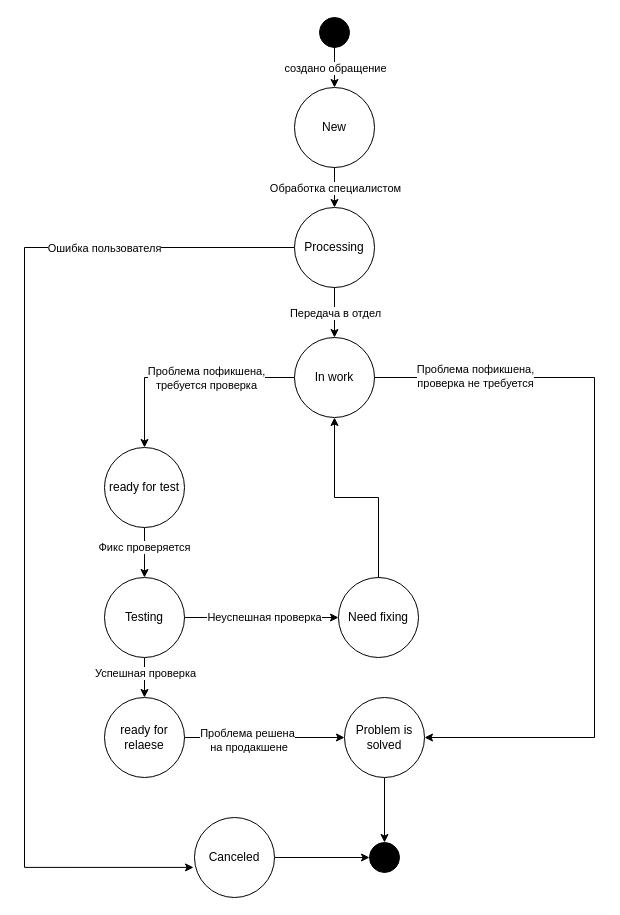
This is Диаграмма без названия.drawio from MIRTY86/Test, a draw.io file, before an edit. Source tidied: cells renumbered, new cells numbered last; positions are measured from the earlier drawing's top-left corner, leaving out a move shared by most shapes. Both pictures are drawn from the tidied source at 100%, with x=0, y=0 at pixel (24, 17).
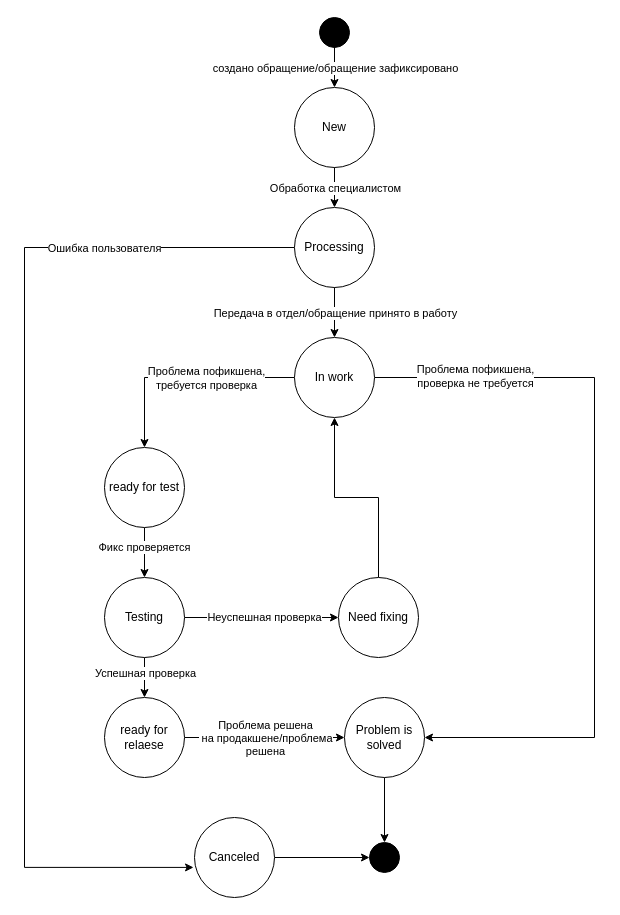
After the change.

Commit message:
Откорректировал даиграмму

The change refers to these unchanged cells:
```xml
<mxCell id="3" style="endArrow=classic;html=1;rounded=0;entryX=0.5;entryY=0;entryDx=0;entryDy=0;" parent="1" edge="1" target="2">
  <mxGeometry relative="1" as="geometry">
    <mxPoint x="310" y="20" as="sourcePoint" />
  </mxGeometry>
</mxCell>
<mxCell id="15" style="endArrow=classic;html=1;rounded=0;exitX=0.5;exitY=1;exitDx=0;exitDy=0;entryX=0.5;entryY=0;entryDx=0;entryDy=0;" parent="1" edge="1" source="7" target="14">
  <mxGeometry relative="1" as="geometry" />
</mxCell>
<mxCell id="25" style="edgeStyle=orthogonalEdgeStyle;rounded=0;jettySize=auto;html=1;" parent="1" edge="1" source="27" target="31">
  <mxGeometry relative="1" as="geometry" />
</mxCell>
```

What changed in the source:
```diff
@@
-    <mxCell id="4" value="создано обращение" style="edgeLabel;html=1;align=center;verticalAlign=middle;" parent="3" vertex="1">
+    <mxCell id="4" value="создано обращение/обращение зафиксировано" style="edgeLabel;html=1;align=center;verticalAlign=middle;" parent="3" vertex="1">
       <mxGeometry relative="1" as="geometry">
         <mxPoint y="5" as="offset" />
       </mxGeometry>
     </mxCell>
@@
-    <mxCell id="16" value="Передача в отдел" style="edgeLabel;html=1;align=center;verticalAlign=middle;" parent="15" vertex="1">
+    <mxCell id="16" value="Передача в отдел/обращение принято в работу" style="edgeLabel;html=1;align=center;verticalAlign=middle;" parent="15" vertex="1">
       <mxGeometry relative="1" as="geometry" />
     </mxCell>
@@
-    <mxCell id="26" value="Проблема решена&lt;br&gt;&amp;nbsp;на продакшене" style="edgeLabel;html=1;align=center;verticalAlign=middle;" parent="25" vertex="1">
-      <mxGeometry x="-0.22" y="-2" relative="1" as="geometry" />
+    <mxCell id="26" value="Проблема решена&lt;br&gt;&amp;nbsp;на продакшене/проблема&lt;br&gt;решена" style="edgeLabel;html=1;align=center;verticalAlign=middle;" parent="25" vertex="1">
+      <mxGeometry x="-0.22" y="-2" relative="1" as="geometry">
+        <mxPoint x="18" y="-2" as="offset" />
+      </mxGeometry>
     </mxCell>
```
